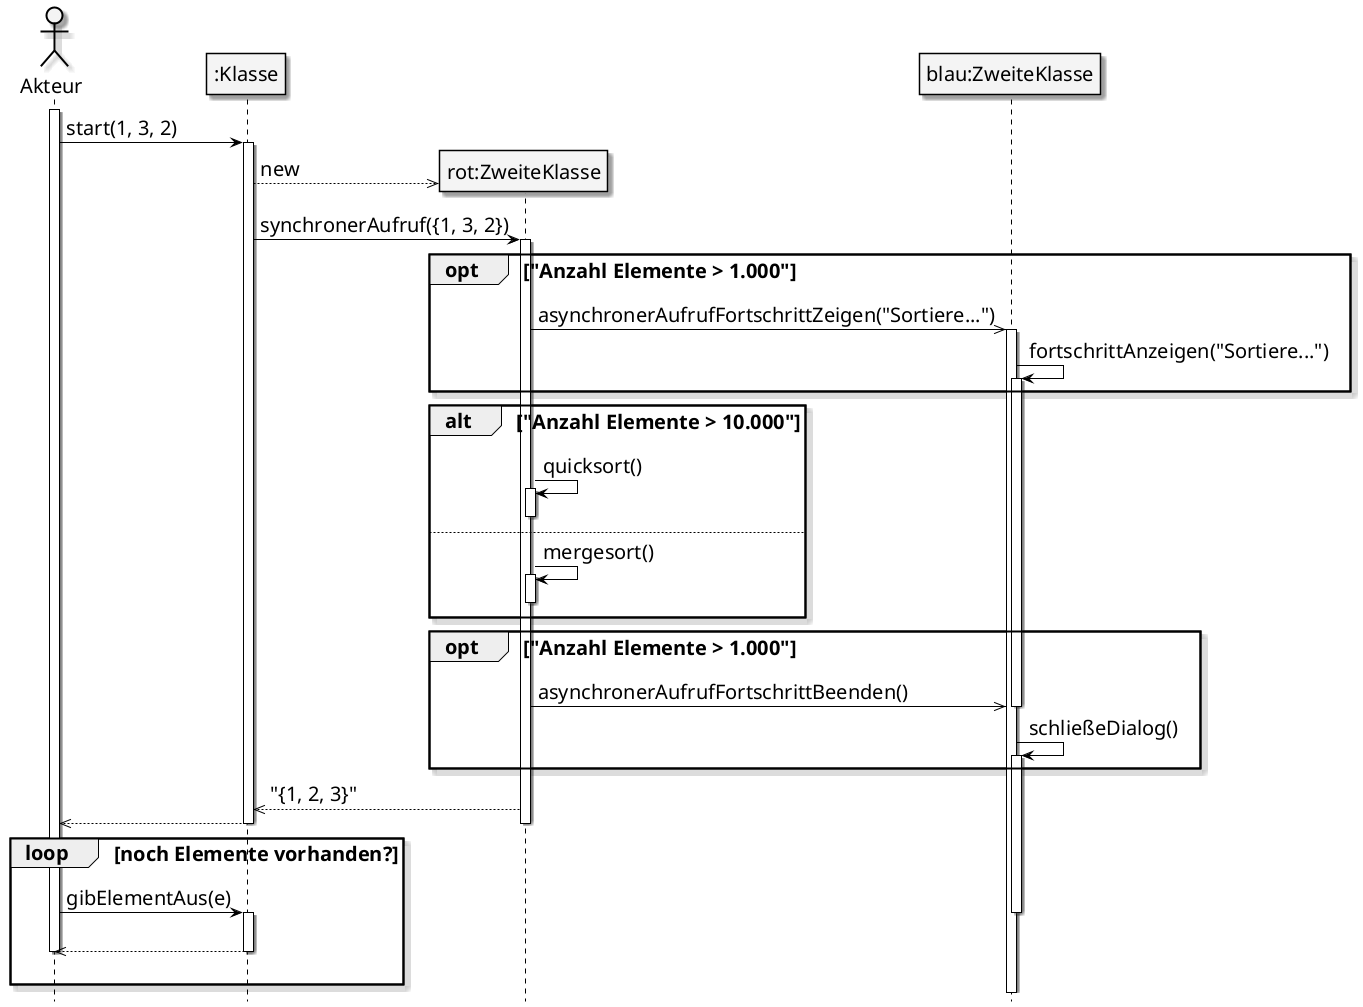
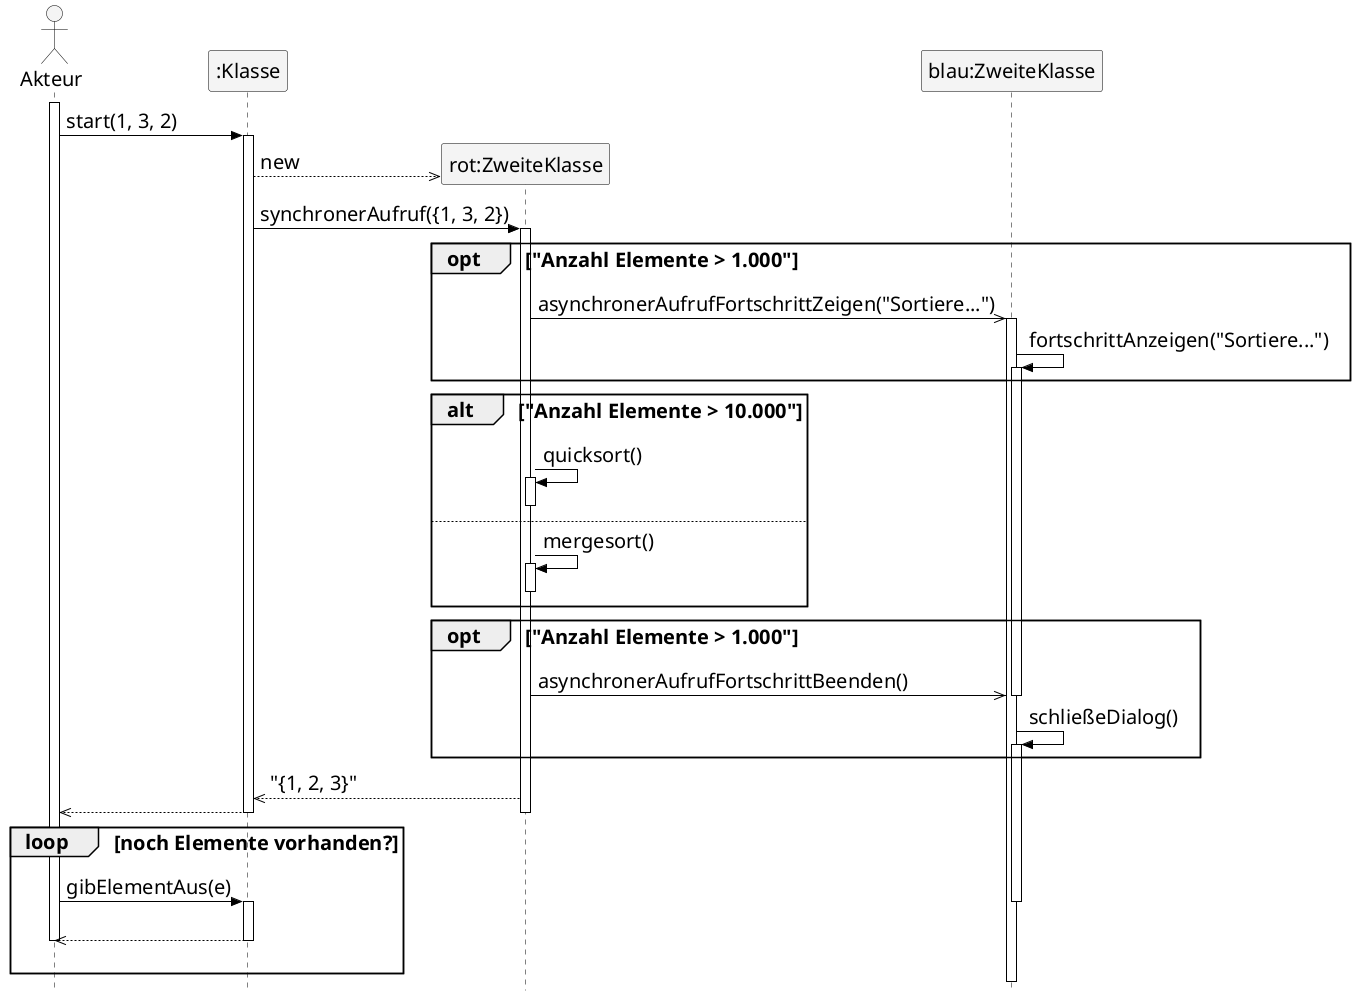
@startuml

- skin rose
+ skinparam style strictuml

skinparam sequence {
  BackgroundColor #4AD386
  BorderColor #a0a0a0
  BackgroundColor<<Main>> gold
  BorderColor black
  ArrowColor black
  FontName Arial Unicode MS
  FontSize 20

  LifeLineBorderColor black
  LifeLineBackgroundColor AE396

  ParticipantBackgroundColor f4f4f4
  ParticipantBorderColor black
}

skinparam actor {
  BackgroundColor #f4f4f4
  BorderColor #a0a0a0
  BackgroundColor<<Main>> gold
  BorderColor black
  ArrowColor black
  FontName Arial Unicode MS
  FontSize 20

  LifeLineBorderColor black
  LifeLineBackgroundColor AE396

}

skinparam classFontSize 24
skinparam classAttributeIconSize 0
skinparam defaultFontSize 20

skinparam ArrowColor black
skinparam ArrowThickness 1

hide circle
hide footbox

actor Akteur
participant ":Klasse" as unnamed
participant "rot:ZweiteKlasse" as rot
participant "blau:ZweiteKlasse" as blau

activate Akteur
Akteur -> unnamed: start(1, 3, 2)
activate unnamed
create rot

unnamed -->> rot : new
unnamed -> rot: synchronerAufruf({1, 3, 2})
activate rot
opt "Anzahl Elemente > 1.000"
rot ->> blau: asynchronerAufrufFortschrittZeigen("Sortiere...")
activate blau
blau -> blau: fortschrittAnzeigen("Sortiere...")
activate blau
end
alt "Anzahl Elemente > 10.000"
rot -> rot: quicksort()
activate rot
deactivate rot
else
rot -> rot: mergesort()
activate rot
deactivate rot
end
opt "Anzahl Elemente > 1.000"
rot ->> blau: asynchronerAufrufFortschrittBeenden()
deactivate blau
blau -> blau: schließeDialog()
activate blau
end
rot -->> unnamed : "{1, 2, 3}"
unnamed -->> Akteur
deactivate rot
deactivate unnamed
loop noch Elemente vorhanden?
Akteur -> unnamed : gibElementAus(e)
|||
deactivate blau
activate unnamed
unnamed -->> Akteur
deactivate unnamed
deactivate Akteur
|||
end

@enduml
